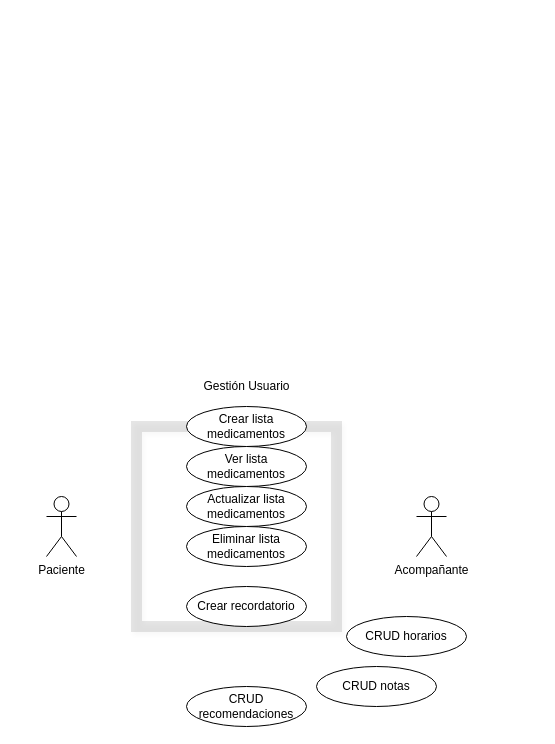
The draw.io diagram Untitled Diagram.drawio in eleanorMarquez/Goniometro, before the edit. Source tidied: cells renumbered, new cells numbered last; positions are measured from the earlier drawing's top-left corner, leaving out a move shared by most shapes. Both pictures are drawn from the tidied source at 100%, with x=0, y=0 at pixel (46, 376).
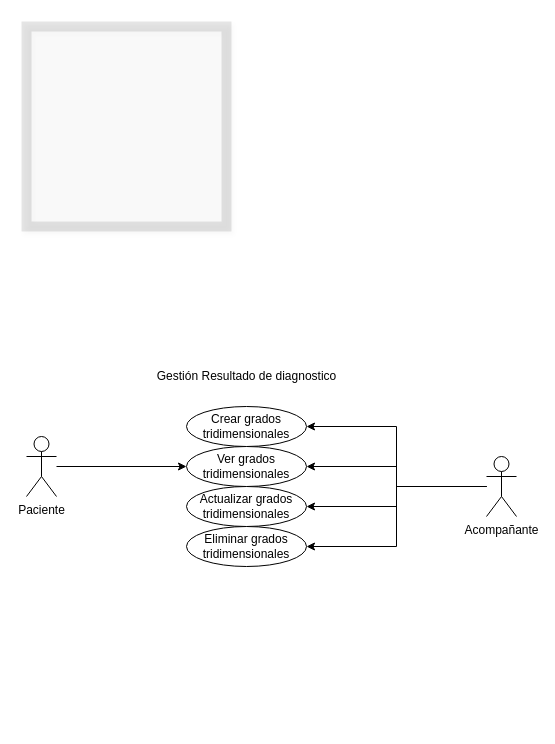
The same page after the edit.

Change to the diagram source:
```diff
@@
 <mxGraphModel>
   <root>
     <mxCell id="0" />
     <mxCell id="1" parent="0" />
+    <mxCell id="14" style="edgeStyle=orthogonalEdgeStyle;rounded=0;jettySize=auto;html=1;entryX=0;entryY=0.5;entryDx=0;entryDy=0;" parent="1" edge="1" source="2" target="11">
+      <mxGeometry relative="1" as="geometry" />
+    </mxCell>
     <mxCell id="2" value="Paciente" style="shape=umlActor;verticalLabelPosition=bottom;verticalAlign=top;html=1;outlineConnect=0;" parent="1" vertex="1">
-      <mxGeometry y="120" width="30" height="60" as="geometry" />
+      <mxGeometry x="-20" y="60" width="30" height="60" as="geometry" />
     </mxCell>
+    <mxCell id="15" style="edgeStyle=orthogonalEdgeStyle;rounded=0;jettySize=auto;html=1;entryX=1;entryY=0.5;entryDx=0;entryDy=0;" parent="1" edge="1" source="3" target="6">
+      <mxGeometry relative="1" as="geometry" />
+    </mxCell>
+    <mxCell id="16" style="edgeStyle=orthogonalEdgeStyle;rounded=0;jettySize=auto;html=1;entryX=1;entryY=0.5;entryDx=0;entryDy=0;" parent="1" edge="1" source="3" target="11">
+      <mxGeometry relative="1" as="geometry" />
+    </mxCell>
+    <mxCell id="17" style="edgeStyle=orthogonalEdgeStyle;rounded=0;jettySize=auto;html=1;entryX=1;entryY=0.5;entryDx=0;entryDy=0;" parent="1" edge="1" source="3" target="12">
+      <mxGeometry relative="1" as="geometry" />
+    </mxCell>
+    <mxCell id="18" style="edgeStyle=orthogonalEdgeStyle;rounded=0;jettySize=auto;html=1;entryX=1;entryY=0.5;entryDx=0;entryDy=0;" parent="1" edge="1" source="3" target="13">
+      <mxGeometry relative="1" as="geometry" />
+    </mxCell>
     <mxCell id="3" value="Acompañante" style="shape=umlActor;verticalLabelPosition=bottom;verticalAlign=top;html=1;outlineConnect=0;" parent="1" vertex="1">
-      <mxGeometry x="370" y="120" width="30" height="60" as="geometry" />
+      <mxGeometry x="440" y="80" width="30" height="60" as="geometry" />
     </mxCell>
-    <mxCell id="4" value="Gestión Usuario" style="text;html=1;align=center;verticalAlign=middle;strokeColor=none;" parent="1" vertex="1">
-      <mxGeometry x="150" width="100" height="20" as="geometry" />
+    <mxCell id="4" value="&lt;div&gt;Gestión Resultado de diagnostico&lt;br&gt;&lt;/div&gt;" style="text;html=1;align=center;verticalAlign=middle;strokeColor=none;" parent="1" vertex="1">
+      <mxGeometry x="105" y="-10" width="190" height="20" as="geometry" />
     </mxCell>
-    <mxCell id="5" style="whiteSpace=wrap;html=1;opacity=10;glass=0;shadow=1;strokeWidth=11;rounded=0;sketch=0;perimeterSpacing=50;gradientDirection=west;fillColor=none;" parent="1" vertex="1">
-      <mxGeometry x="90" y="50" width="200" height="200" as="geometry" />
-    </mxCell>
-    <mxCell id="6" value="Crear lista medicamentos" style="ellipse;whiteSpace=wrap;html=1;" parent="1" vertex="1">
+    <mxCell id="6" value="Crear grados tridimensionales" style="ellipse;whiteSpace=wrap;html=1;" parent="1" vertex="1">
       <mxGeometry x="140" y="30" width="120" height="40" as="geometry" />
     </mxCell>
-    <mxCell id="7" value="Crear recordatorio" style="ellipse;whiteSpace=wrap;html=1;" parent="1" vertex="1">
-      <mxGeometry x="140" y="210" width="120" height="40" as="geometry" />
-    </mxCell>
-    <mxCell id="8" value="CRUD horarios" style="ellipse;whiteSpace=wrap;html=1;" parent="1" vertex="1">
-      <mxGeometry x="300" y="240" width="120" height="40" as="geometry" />
-    </mxCell>
-    <mxCell id="9" value="CRUD notas" style="ellipse;whiteSpace=wrap;html=1;" parent="1" vertex="1">
-      <mxGeometry x="270" y="290" width="120" height="40" as="geometry" />
-    </mxCell>
-    <mxCell id="10" value="CRUD recomendaciones" style="ellipse;whiteSpace=wrap;html=1;" parent="1" vertex="1">
-      <mxGeometry x="140" y="310" width="120" height="40" as="geometry" />
-    </mxCell>
-    <mxCell id="11" value="Ver lista medicamentos" style="ellipse;whiteSpace=wrap;html=1;" parent="1" vertex="1">
+    <mxCell id="11" value="Ver grados tridimensionales" style="ellipse;whiteSpace=wrap;html=1;" parent="1" vertex="1">
       <mxGeometry x="140" y="70" width="120" height="40" as="geometry" />
     </mxCell>
-    <mxCell id="12" value="Actualizar lista medicamentos" style="ellipse;whiteSpace=wrap;html=1;" parent="1" vertex="1">
+    <mxCell id="12" value="Actualizar grados tridimensionales" style="ellipse;whiteSpace=wrap;html=1;" parent="1" vertex="1">
       <mxGeometry x="140" y="110" width="120" height="40" as="geometry" />
     </mxCell>
-    <mxCell id="13" value="Eliminar lista medicamentos" style="ellipse;whiteSpace=wrap;html=1;" parent="1" vertex="1">
+    <mxCell id="13" value="Eliminar grados tridimensionales" style="ellipse;whiteSpace=wrap;html=1;" parent="1" vertex="1">
       <mxGeometry x="140" y="150" width="120" height="40" as="geometry" />
     </mxCell>
+    <mxCell id="19" style="whiteSpace=wrap;html=1;shadow=1;sketch=0;strokeWidth=10;opacity=10;" parent="1" vertex="1">
+      <mxGeometry x="-20" y="-350" width="200" height="200" as="geometry" />
+    </mxCell>
   </root>
 </mxGraphModel>
```
